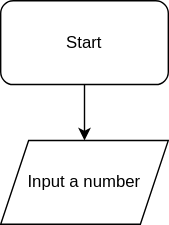
This is Lessons/Unit4/6 numbers.drawio.svg from PPMAN123/ICS2D1, a draw.io export, as it was before one commit. Source tidied: cells renumbered, new cells last; positions are measured from the earlier drawing's top-left corner, leaving out a move shared by most shapes. The source it was exported from:
```xml
<mxGraphModel>
  <root>
    <mxCell id="0" />
    <mxCell id="1" parent="0" />
    <mxCell id="2" style="edgeStyle=orthogonalEdgeStyle;rounded=0;jettySize=auto;html=1;" parent="1" edge="1" source="3" target="4">
      <mxGeometry relative="1" as="geometry" />
    </mxCell>
    <mxCell id="3" value="Start" style="rounded=1;whiteSpace=wrap;html=1;" parent="1" vertex="1">
      <mxGeometry width="120" height="60" as="geometry" />
    </mxCell>
    <mxCell id="4" value="Input a number" style="shape=parallelogram;perimeter=parallelogramPerimeter;whiteSpace=wrap;html=1;fixedSize=1;" parent="1" vertex="1">
      <mxGeometry y="100" width="120" height="60" as="geometry" />
    </mxCell>
  </root>
</mxGraphModel>
```
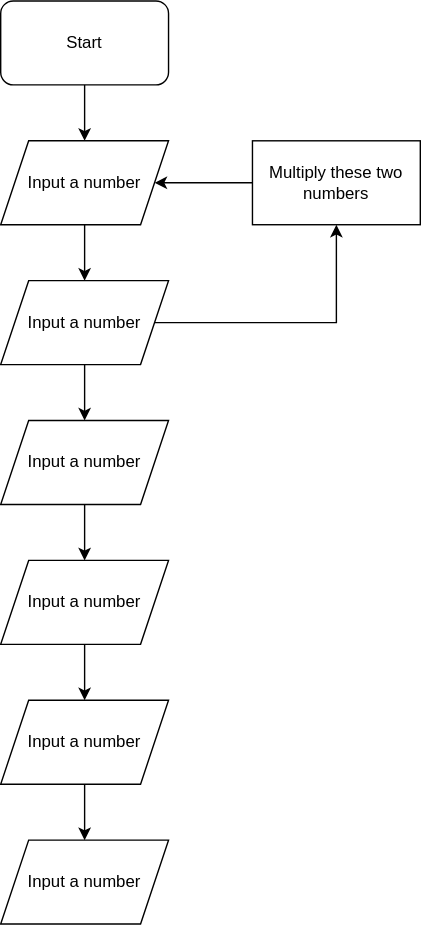
The same diagram one commit later.

Change to the diagram source:
```diff
@@ -8,8 +8,47 @@
     <mxCell id="3" value="Start" style="rounded=1;whiteSpace=wrap;html=1;" parent="1" vertex="1">
       <mxGeometry width="120" height="60" as="geometry" />
     </mxCell>
+    <mxCell id="5" style="edgeStyle=orthogonalEdgeStyle;rounded=0;jettySize=auto;html=1;" parent="1" edge="1" source="4" target="8">
+      <mxGeometry relative="1" as="geometry" />
+    </mxCell>
     <mxCell id="4" value="Input a number" style="shape=parallelogram;perimeter=parallelogramPerimeter;whiteSpace=wrap;html=1;fixedSize=1;" parent="1" vertex="1">
       <mxGeometry y="100" width="120" height="60" as="geometry" />
     </mxCell>
+    <mxCell id="6" style="edgeStyle=orthogonalEdgeStyle;rounded=0;jettySize=auto;html=1;" parent="1" edge="1" source="8" target="10">
+      <mxGeometry relative="1" as="geometry" />
+    </mxCell>
+    <mxCell id="7" style="edgeStyle=orthogonalEdgeStyle;rounded=0;jettySize=auto;html=1;" parent="1" edge="1" source="8" target="17">
+      <mxGeometry relative="1" as="geometry" />
+    </mxCell>
+    <mxCell id="8" value="Input a number" style="shape=parallelogram;perimeter=parallelogramPerimeter;whiteSpace=wrap;html=1;fixedSize=1;" parent="1" vertex="1">
+      <mxGeometry y="200" width="120" height="60" as="geometry" />
+    </mxCell>
+    <mxCell id="9" style="edgeStyle=orthogonalEdgeStyle;rounded=0;jettySize=auto;html=1;" parent="1" edge="1" source="10" target="12">
+      <mxGeometry relative="1" as="geometry" />
+    </mxCell>
+    <mxCell id="10" value="Input a number" style="shape=parallelogram;perimeter=parallelogramPerimeter;whiteSpace=wrap;html=1;fixedSize=1;" parent="1" vertex="1">
+      <mxGeometry y="300" width="120" height="60" as="geometry" />
+    </mxCell>
+    <mxCell id="11" style="edgeStyle=orthogonalEdgeStyle;rounded=0;jettySize=auto;html=1;" parent="1" edge="1" source="12" target="14">
+      <mxGeometry relative="1" as="geometry" />
+    </mxCell>
+    <mxCell id="12" value="Input a number" style="shape=parallelogram;perimeter=parallelogramPerimeter;whiteSpace=wrap;html=1;fixedSize=1;" parent="1" vertex="1">
+      <mxGeometry y="400" width="120" height="60" as="geometry" />
+    </mxCell>
+    <mxCell id="13" style="edgeStyle=orthogonalEdgeStyle;rounded=0;jettySize=auto;html=1;" parent="1" edge="1" source="14" target="15">
+      <mxGeometry relative="1" as="geometry" />
+    </mxCell>
+    <mxCell id="14" value="Input a number" style="shape=parallelogram;perimeter=parallelogramPerimeter;whiteSpace=wrap;html=1;fixedSize=1;" parent="1" vertex="1">
+      <mxGeometry y="500" width="120" height="60" as="geometry" />
+    </mxCell>
+    <mxCell id="15" value="Input a number" style="shape=parallelogram;perimeter=parallelogramPerimeter;whiteSpace=wrap;html=1;fixedSize=1;" parent="1" vertex="1">
+      <mxGeometry y="600" width="120" height="60" as="geometry" />
+    </mxCell>
+    <mxCell id="16" style="edgeStyle=orthogonalEdgeStyle;rounded=0;jettySize=auto;html=1;" parent="1" edge="1" source="17" target="4">
+      <mxGeometry relative="1" as="geometry" />
+    </mxCell>
+    <mxCell id="17" value="Multiply these two numbers" style="rounded=0;whiteSpace=wrap;html=1;" parent="1" vertex="1">
+      <mxGeometry x="180" y="100" width="120" height="60" as="geometry" />
+    </mxCell>
   </root>
 </mxGraphModel>
```
